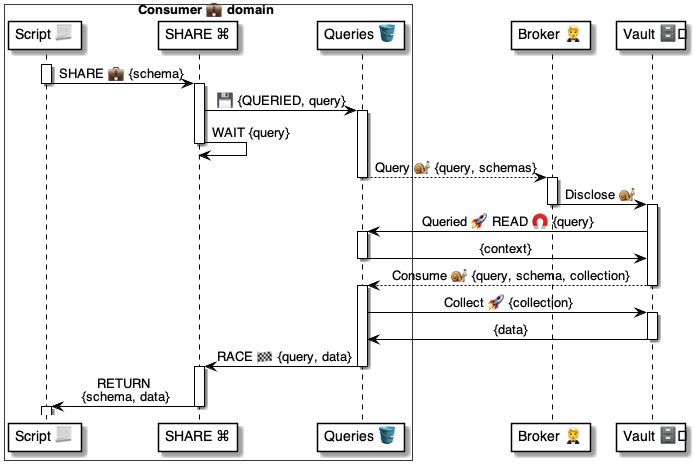
Earlier version of the PlantUML export 4 ⚙️ Solution/41 🎭 Domain Roles/Consumers 💼/💼🪣 Consumer tables/Queries 🗄️ table/🪣 Queries/💼 Consumer.Queries ⚙️ uml.png (pollyweb-org/pollyweb-docs). Its source is kept beside it as 4 ⚙️ Solution/41 🎭 Domain Roles/Consumers 💼/💼🪣 Consumer tables/Queries 🗄️ table/🪣 Queries/💼 Consumer.Queries ⚙️ uml.puml.
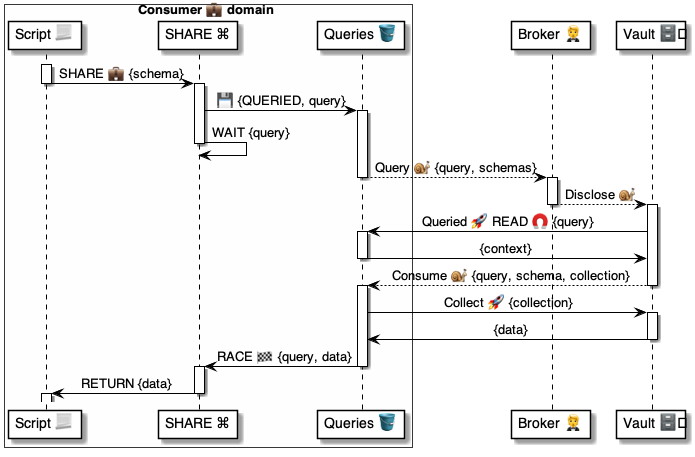
The same file after the commit.

What changed in the source:
```diff
@@ -23,7 +23,7 @@
 deactivate table
 
 activate broker
-    broker -> vault: Disclose 🐌
+    broker --> vault: Disclose 🐌
 deactivate broker
 
 activate vault
@@ -48,7 +48,7 @@
 deactivate table
 
 activate talker
-    talker -> script: RETURN \n{schema, data}
+    talker -> script: RETURN {data}
 deactivate talker
 
 activate script
```
